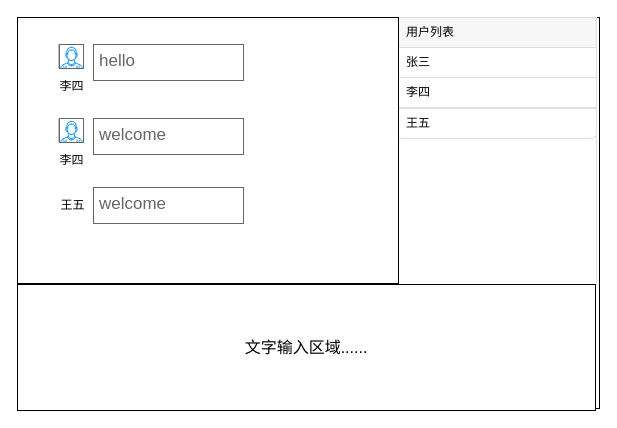
Above: page "Page-2" (2 of 2) of ChatRoom.drawio in waterwatermelon/graph (draw.io), before the change. Source tidied: cells renumbered, new cells numbered last; positions are measured from the earlier drawing's top-left corner, leaving out a move shared by most shapes. Both pictures are drawn from the tidied source at 100%, with x=0, y=0 at pixel (17, 17).
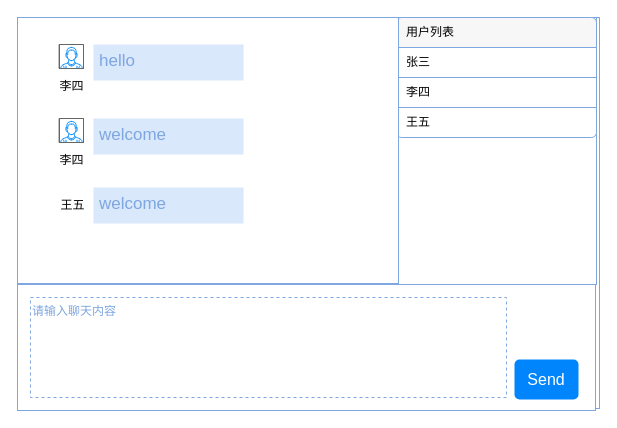
Above is the later version.

The change refers to these unchanged cells:
```xml
<mxCell id="10" style="group;" parent="1" vertex="1">
  <mxGeometry x="42" y="27" width="184" height="36" as="geometry" />
</mxCell>
<mxCell id="13" style="group;" parent="1" vertex="1">
  <mxGeometry x="42" y="101" width="184" height="36" as="geometry" />
</mxCell>
<mxCell id="16" style="group;" parent="1" vertex="1">
  <mxGeometry x="35" y="170" width="191" height="36" as="geometry" />
</mxCell>
```

Change to the diagram source:
```diff
@@
-    <mxCell id="2" style="rounded=0;whiteSpace=wrap;html=1;" parent="1" vertex="1">
+    <mxCell id="2" style="rounded=0;whiteSpace=wrap;html=1;strokeColor=#7EA6E0;" parent="1" vertex="1">
       <mxGeometry width="582" height="391" as="geometry" />
     </mxCell>
-    <mxCell id="3" style="html=1;shadow=0;dashed=0;shape=mxgraph.bootstrap.rrect;rSize=0;strokeColor=#DFDFDF;html=1;whiteSpace=wrap;fillColor=#FFFFFF;fontColor=#000000;" parent="1" vertex="1">
+    <mxCell id="3" style="html=1;shadow=0;dashed=0;shape=mxgraph.bootstrap.rrect;rSize=0;strokeColor=#7EA6E0;html=1;whiteSpace=wrap;fillColor=#FFFFFF;fontColor=#000000;" parent="1" vertex="1">
       <mxGeometry x="379" width="200" height="267" as="geometry" />
     </mxCell>
@@
     <mxCell id="7" value="王五" style="strokeColor=inherit;fillColor=inherit;gradientColor=inherit;fontColor=inherit;html=1;shadow=0;dashed=0;shape=mxgraph.bootstrap.bottomButton;rSize=5;perimeter=none;whiteSpace=wrap;align=left;spacing=10;" parent="3" vertex="1">
       <mxGeometry y="1" width="200" height="30" relative="1" as="geometry">
-        <mxPoint y="-176" as="offset" />
+        <mxPoint y="-177" as="offset" />
       </mxGeometry>
     </mxCell>
-    <mxCell id="8" value="文字输入区域......" style="rounded=0;whiteSpace=wrap;html=1;fontSize=16;" parent="1" vertex="1">
+    <mxCell id="8" style="rounded=0;whiteSpace=wrap;html=1;fontSize=16;strokeColor=#7EA6E0;" parent="1" vertex="1">
       <mxGeometry y="267" width="578" height="126" as="geometry" />
     </mxCell>
-    <mxCell id="9" style="rounded=0;whiteSpace=wrap;html=1;fontSize=16;" parent="1" vertex="1">
+    <mxCell id="9" style="rounded=0;whiteSpace=wrap;html=1;fontSize=16;strokeColor=#7EA6E0;" parent="1" vertex="1">
       <mxGeometry width="381" height="266" as="geometry" />
     </mxCell>
@@
-    <mxCell id="12" value="hello" style="strokeWidth=1;shadow=0;dashed=0;align=center;html=1;shape=mxgraph.mockup.text.textBox;fontColor=#666666;align=left;fontSize=17;spacingLeft=4;spacingTop=-3;strokeColor=#666666;mainText=;" parent="10" vertex="1">
+    <mxCell id="12" value="hello" style="strokeWidth=1;shadow=0;dashed=0;align=center;html=1;shape=mxgraph.mockup.text.textBox;align=left;fontSize=17;spacingLeft=4;spacingTop=-3;strokeColor=none;mainText=;fillColor=#dae8fc;fontColor=#7EA6E0;" parent="10" vertex="1">
       <mxGeometry x="34" width="150" height="36" as="geometry" />
     </mxCell>
@@
-    <mxCell id="15" value="welcome" style="strokeWidth=1;shadow=0;dashed=0;align=center;html=1;shape=mxgraph.mockup.text.textBox;fontColor=#666666;align=left;fontSize=17;spacingLeft=4;spacingTop=-3;strokeColor=#666666;mainText=;" parent="13" vertex="1">
+    <mxCell id="15" value="welcome" style="strokeWidth=1;shadow=0;dashed=0;align=center;html=1;shape=mxgraph.mockup.text.textBox;align=left;fontSize=17;spacingLeft=4;spacingTop=-3;strokeColor=none;mainText=;fillColor=#dae8fc;fontColor=#7EA6E0;" parent="13" vertex="1">
       <mxGeometry x="34" width="150" height="36" as="geometry" />
     </mxCell>
@@
-    <mxCell id="18" value="welcome" style="strokeWidth=1;shadow=0;dashed=0;align=center;html=1;shape=mxgraph.mockup.text.textBox;fontColor=#666666;align=left;fontSize=17;spacingLeft=4;spacingTop=-3;strokeColor=#666666;mainText=;" parent="16" vertex="1">
+    <mxCell id="18" value="welcome" style="strokeWidth=1;shadow=0;dashed=0;align=center;html=1;shape=mxgraph.mockup.text.textBox;align=left;fontSize=17;spacingLeft=4;spacingTop=-3;strokeColor=none;mainText=;fillColor=#dae8fc;fontColor=#7EA6E0;" parent="16" vertex="1">
       <mxGeometry x="41" width="150" height="36" as="geometry" />
     </mxCell>
+    <mxCell id="19" value="Send" style="html=1;shadow=0;dashed=0;shape=mxgraph.bootstrap.rrect;rSize=5;strokeColor=none;strokeWidth=1;fillColor=#0085FC;fontColor=#FFFFFF;whiteSpace=wrap;align=center;verticalAlign=middle;spacingLeft=0;fontStyle=0;fontSize=16;spacing=5;" parent="1" vertex="1">
+      <mxGeometry x="497" y="342" width="64" height="40" as="geometry" />
+    </mxCell>
+    <mxCell id="20" value="请输入聊天内容" style="text;html=1;strokeColor=#7EA6E0;fillColor=none;align=left;verticalAlign=top;whiteSpace=wrap;rounded=0;fontColor=#7EA6E0;dashed=1;" parent="1" vertex="1">
+      <mxGeometry x="13" y="280" width="476" height="100" as="geometry" />
+    </mxCell>
```
